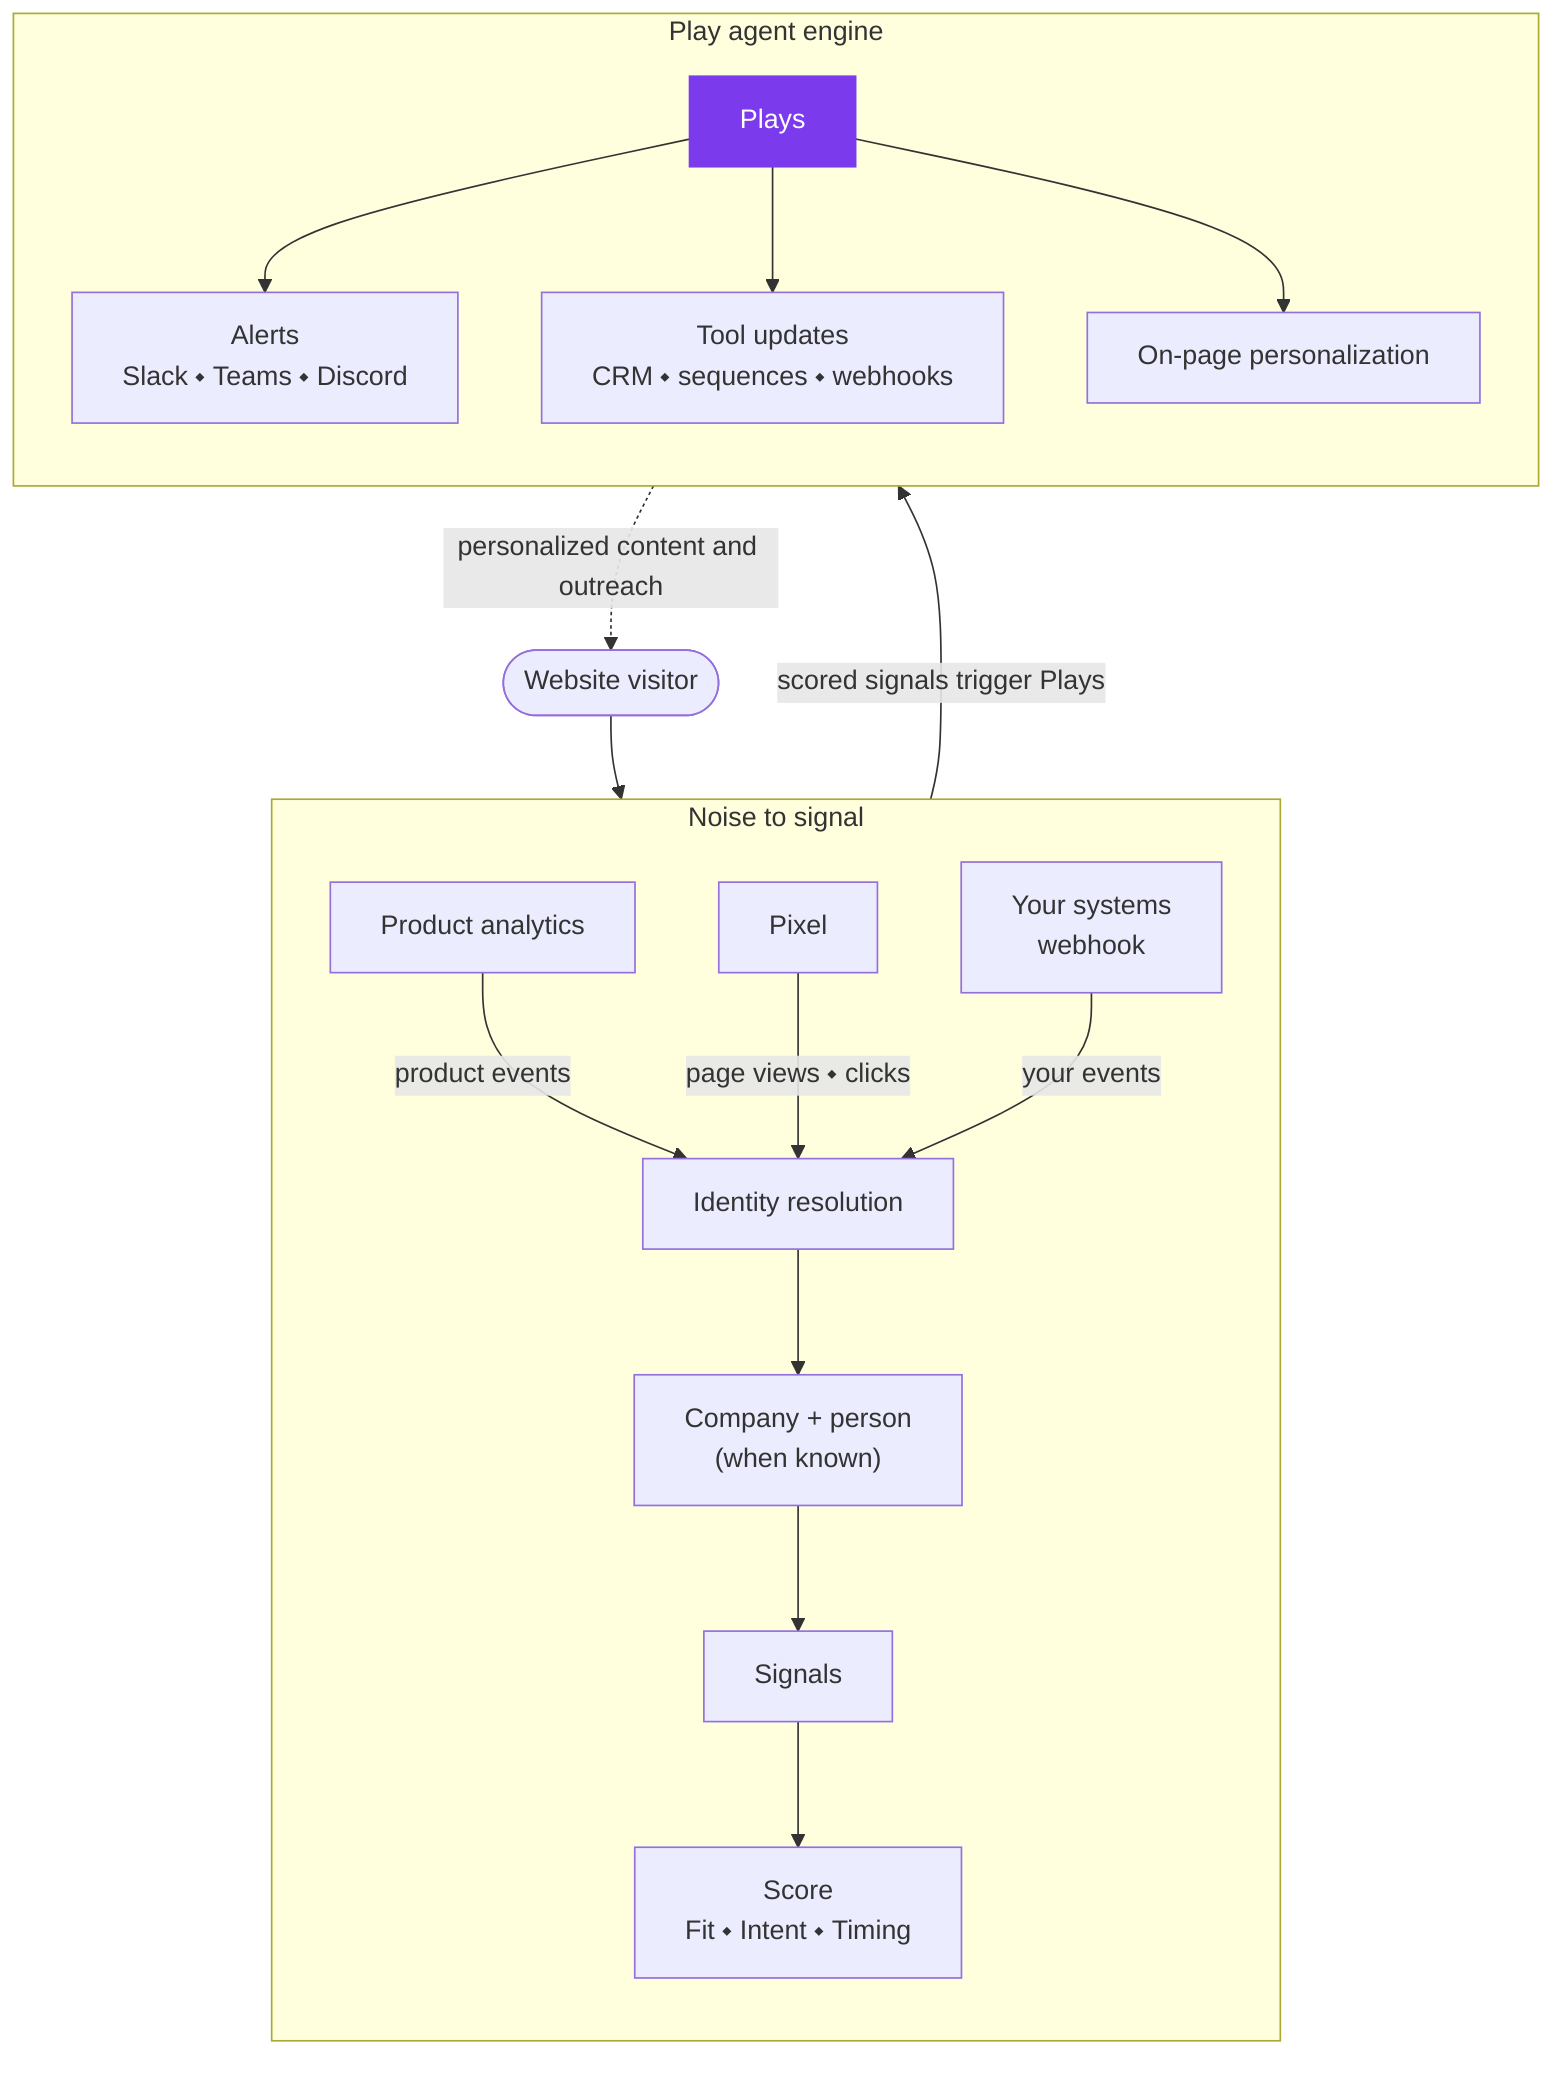
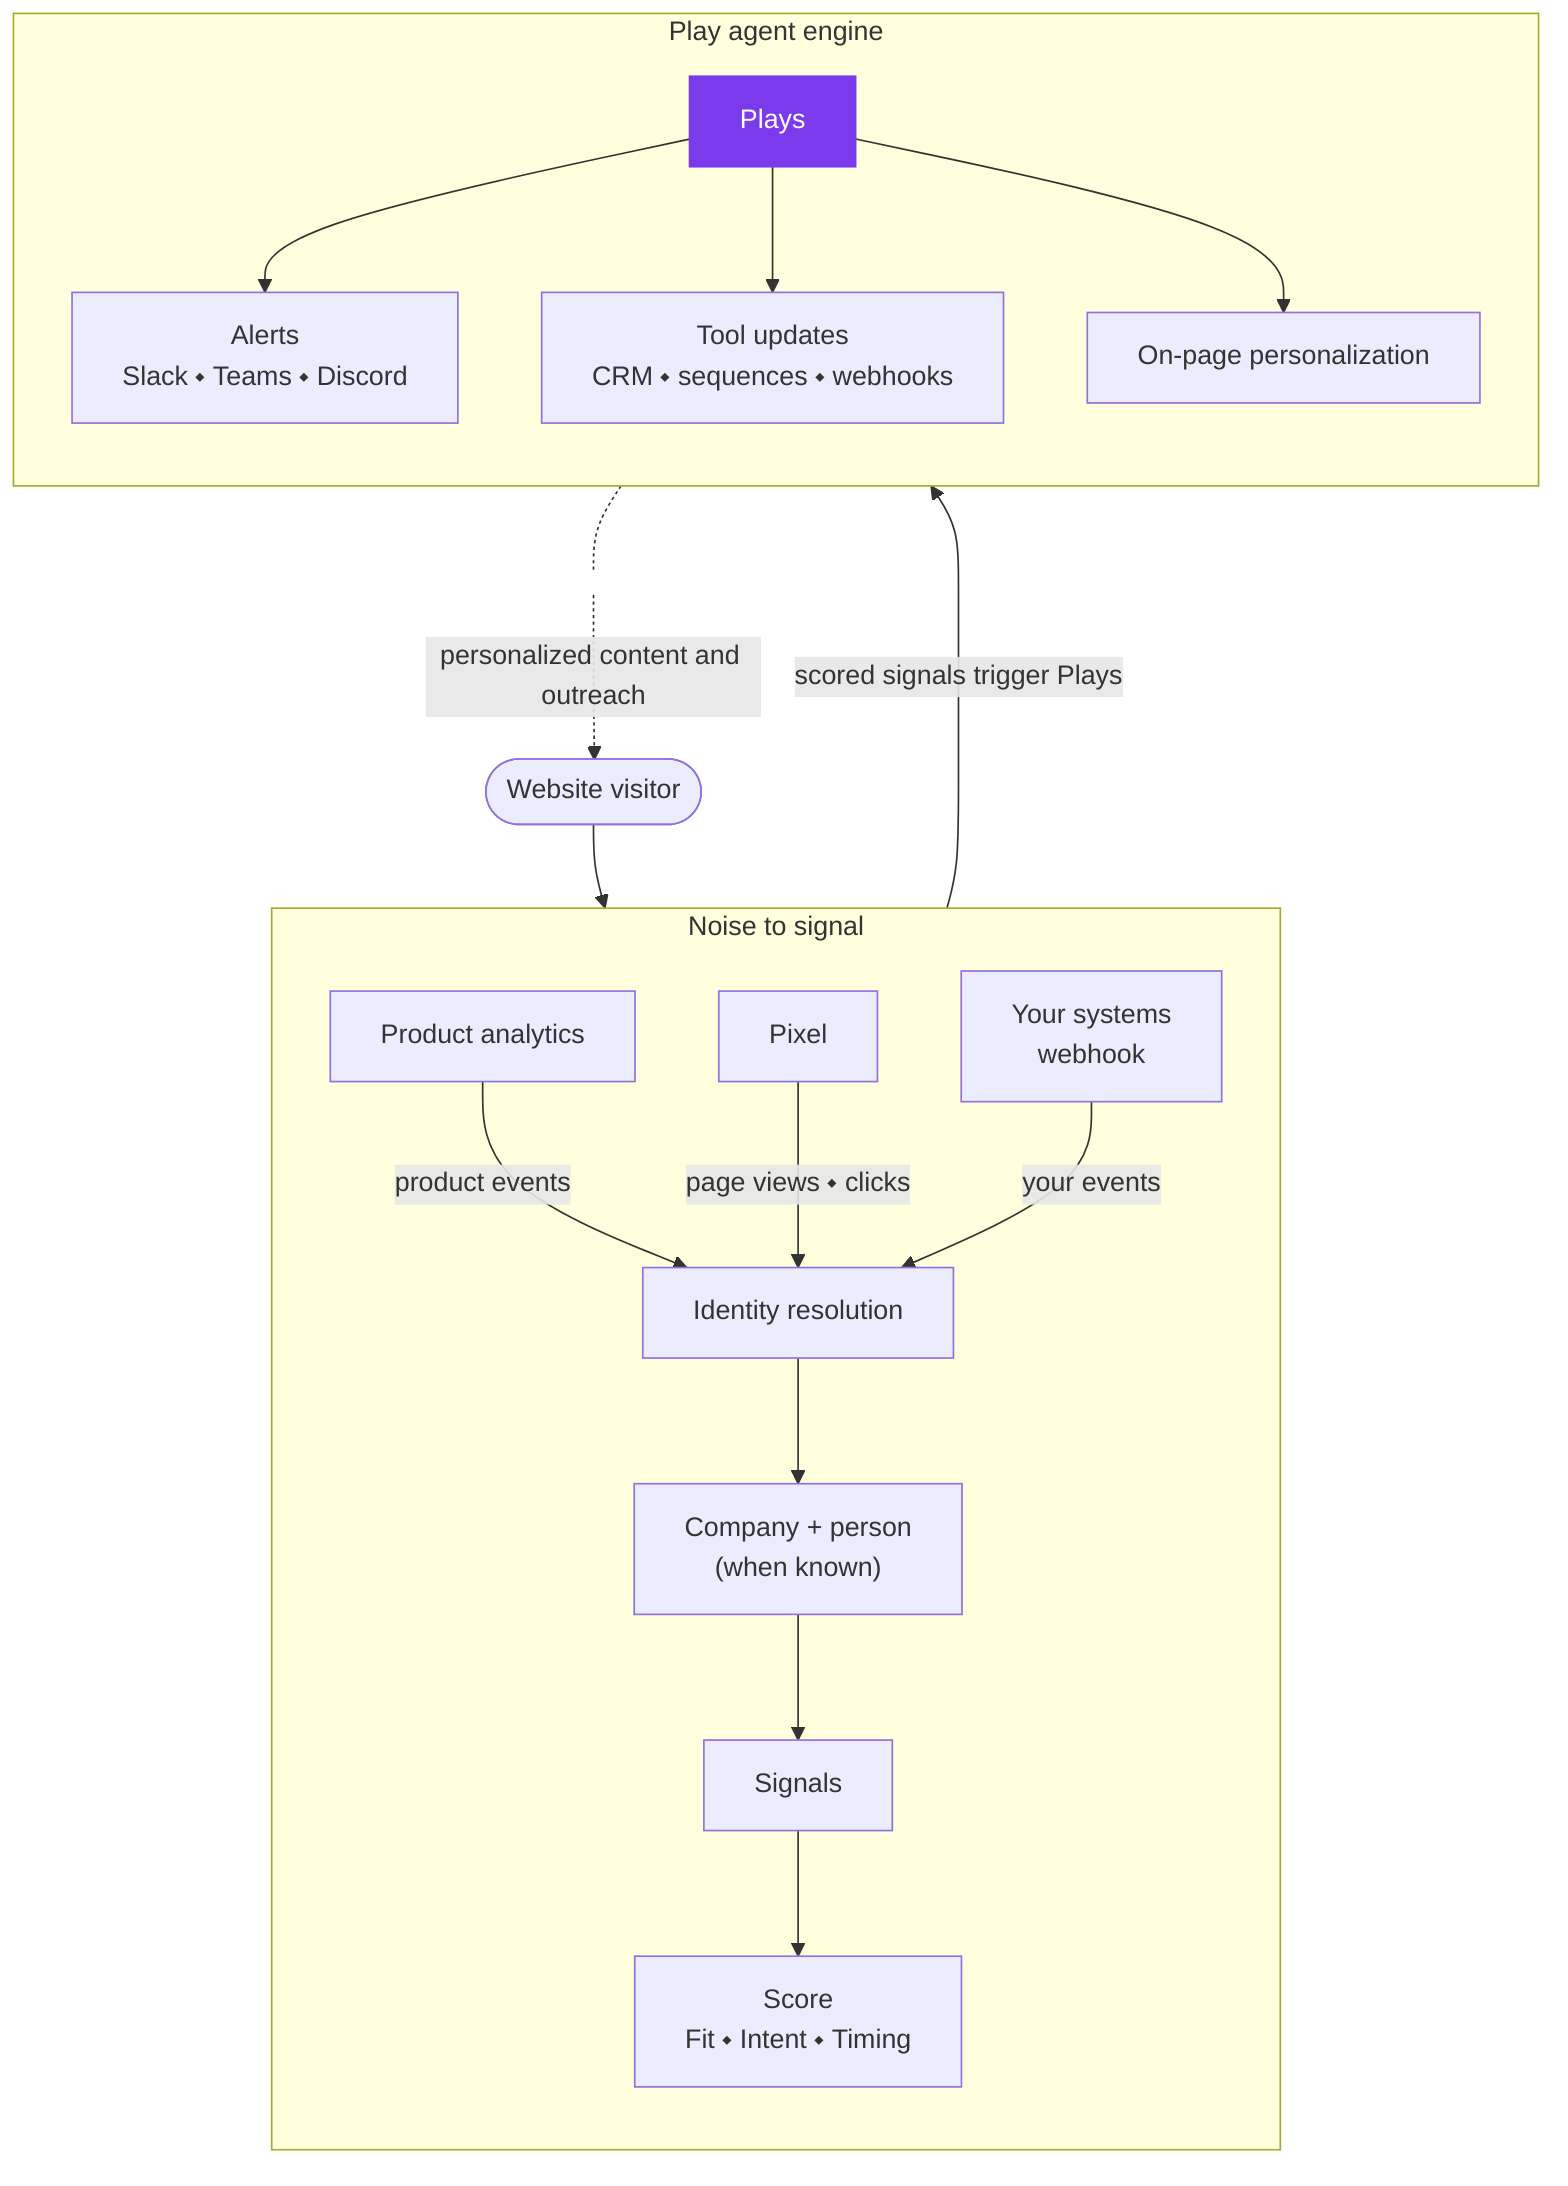
flowchart TB
    V([Website visitor]) --> P
    subgraph NS ["Noise to signal"]
        direction TB
        PH[Product analytics] -->|"product events"| ID[Identity resolution]
        P[Pixel] -->|"page views ⬩ clicks"| ID
        WH[Your systems<br/>webhook] -->|"your events"| ID
        ID --> CO["Company + person<br/>(when known)"]
        CO --> S[Signals]
        S --> SC["Score<br/>Fit&nbsp;⬩&nbsp;Intent&nbsp;⬩&nbsp;Timing"]
    end
    subgraph PE ["Play agent engine"]
        direction TB
        PL[Plays]:::accent --> O1["Alerts<br/>Slack&nbsp;⬩&nbsp;Teams&nbsp;⬩&nbsp;Discord"]
        PL --> O2["Tool updates<br/>CRM&nbsp;⬩&nbsp;sequences&nbsp;⬩&nbsp;webhooks"]
        PL --> O3["On-page personalization"]
    end
    SC --->|"scored signals trigger Plays"| PL
-     O3 -.->|"personalized content and outreach"| V
+     O2 -.- W((" ")):::ghost
+     W -.->|"personalized content and outreach"| V
+     classDef ghost fill:none,stroke:none,color:transparent
    classDef accent fill:#7C3AED,stroke:#7C3AED,color:#FFFFFF
